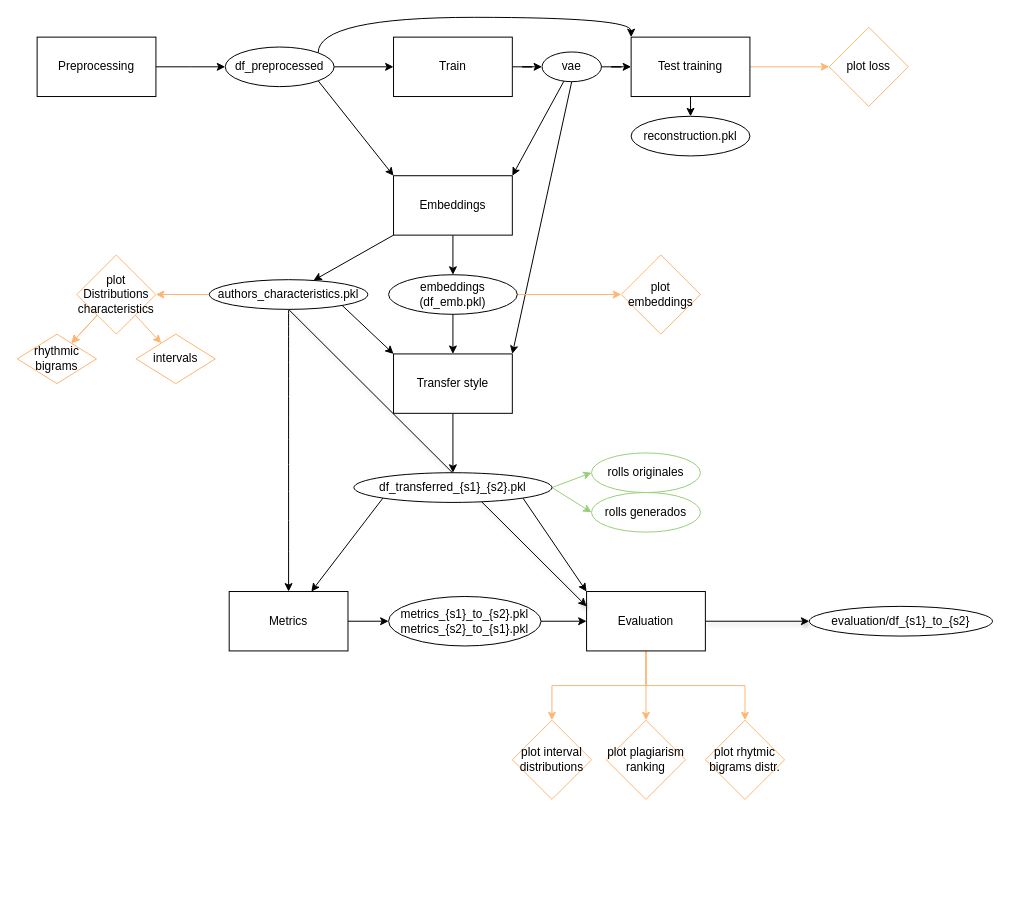
Earlier version of the draw.io diagram docs/diagrama_style_transfer.drawio (LucasSom/style-transfer). Source tidied: cells renumbered, new cells numbered last; positions are measured from the earlier drawing's top-left corner, leaving out a move shared by most shapes. Both pictures are drawn from the tidied source at 99%, with x=0, y=0 at pixel (17, 17).
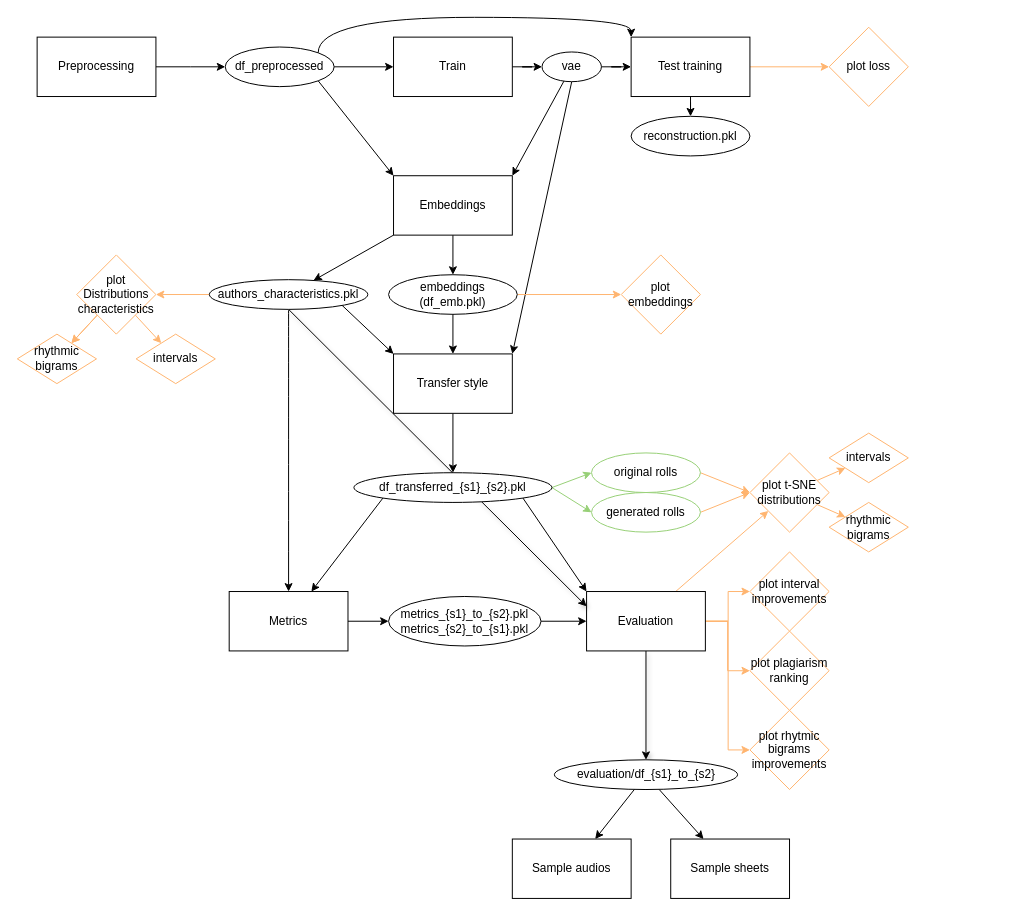
The same diagram, later.

Commit message (it also covers changes not shown here):
Task sample audios of successful rolls

The change refers to these unchanged cells:
```xml
<mxCell id="18" value="Evaluation" style="rounded=0;whiteSpace=wrap;html=1;" parent="1" vertex="1">
  <mxGeometry x="575" y="580" width="120" height="60" as="geometry" />
</mxCell>
```

Change to the diagram source:
```diff
@@
-    <mxCell id="15" style="edgeStyle=orthogonalEdgeStyle;rounded=0;jettySize=auto;html=1;strokeColor=#FFB570;" parent="1" edge="1" source="18" target="53">
+    <mxCell id="15" style="edgeStyle=elbowEdgeStyle;rounded=0;jettySize=auto;html=1;strokeColor=#FFB570;" parent="1" edge="1" source="18" target="53">
       <mxGeometry relative="1" as="geometry" />
     </mxCell>
-    <mxCell id="16" style="edgeStyle=orthogonalEdgeStyle;rounded=0;jettySize=auto;html=1;strokeColor=#FFB570;" parent="1" edge="1" source="18" target="54">
+    <mxCell id="16" style="edgeStyle=elbowEdgeStyle;rounded=0;jettySize=auto;html=1;strokeColor=#FFB570;" parent="1" edge="1" source="18" target="54">
       <mxGeometry relative="1" as="geometry" />
     </mxCell>
@@
+    <mxCell id="59" style="edgeStyle=none;rounded=0;jettySize=auto;html=1;exitX=0.75;exitY=0;exitDx=0;exitDy=0;strokeColor=#FFB570;" parent="1" edge="1" source="18" target="68">
+      <mxGeometry relative="1" as="geometry" />
+    </mxCell>
@@
+    <mxCell id="60" style="edgeStyle=none;rounded=0;jettySize=auto;html=1;exitX=1;exitY=0.5;exitDx=0;exitDy=0;strokeColor=#FFB570;" parent="1" edge="1" source="30">
+      <mxGeometry relative="1" as="geometry">
+        <mxPoint x="740" y="480" as="targetPoint" />
+      </mxGeometry>
+    </mxCell>
-    <mxCell id="30" value="rolls originales" style="ellipse;whiteSpace=wrap;html=1;strokeColor=#97D077;" parent="1" vertex="1">
+    <mxCell id="30" value="original rolls" style="ellipse;whiteSpace=wrap;html=1;strokeColor=#97D077;" parent="1" vertex="1">
       <mxGeometry x="580" y="440" width="110" height="40" as="geometry" />
     </mxCell>
+    <mxCell id="61" style="edgeStyle=none;rounded=0;jettySize=auto;html=1;exitX=1;exitY=0.5;exitDx=0;exitDy=0;entryX=0;entryY=0.5;entryDx=0;entryDy=0;strokeColor=#FFB570;" parent="1" edge="1" source="31" target="68">
+      <mxGeometry relative="1" as="geometry" />
+    </mxCell>
-    <mxCell id="31" value="rolls generados" style="ellipse;whiteSpace=wrap;html=1;strokeColor=#97D077;" parent="1" vertex="1">
+    <mxCell id="31" value="generated rolls" style="ellipse;whiteSpace=wrap;html=1;strokeColor=#97D077;" parent="1" vertex="1">
       <mxGeometry x="580" y="480" width="110" height="40" as="geometry" />
     </mxCell>
@@
+    <mxCell id="62" style="rounded=0;jettySize=auto;html=1;" parent="1" edge="1" source="47" target="64">
+      <mxGeometry relative="1" as="geometry" />
+    </mxCell>
+    <mxCell id="63" style="edgeStyle=none;rounded=0;jettySize=auto;html=1;" parent="1" edge="1" source="47" target="65">
+      <mxGeometry relative="1" as="geometry" />
+    </mxCell>
     <mxCell id="47" value="evaluation/df_{s1}_to_{s2}" style="ellipse;whiteSpace=wrap;html=1;rounded=0;" parent="1" vertex="1">
-      <mxGeometry x="800" y="595" width="185" height="30" as="geometry" />
+      <mxGeometry x="542.5" y="750" width="185" height="30" as="geometry" />
     </mxCell>
@@
-    <mxCell id="53" value="plot interval distributions" style="rhombus;whiteSpace=wrap;html=1;rounded=0;strokeColor=#FFB570;" parent="1" vertex="1">
-      <mxGeometry x="500" y="710" width="80" height="80" as="geometry" />
+    <mxCell id="53" value="plot interval improvements" style="rhombus;whiteSpace=wrap;html=1;rounded=0;strokeColor=#FFB570;" parent="1" vertex="1">
+      <mxGeometry x="740" y="540" width="80" height="80" as="geometry" />
     </mxCell>
-    <mxCell id="54" value="plot rhytmic bigrams distr." style="rhombus;whiteSpace=wrap;html=1;rounded=0;strokeColor=#FFB570;" parent="1" vertex="1">
-      <mxGeometry x="695" y="710" width="80" height="80" as="geometry" />
+    <mxCell id="54" value="plot rhytmic bigrams improvements" style="rhombus;whiteSpace=wrap;html=1;rounded=0;strokeColor=#FFB570;" parent="1" vertex="1">
+      <mxGeometry x="740" y="700" width="80" height="80" as="geometry" />
     </mxCell>
     <mxCell id="55" value="plot plagiarism ranking" style="rhombus;whiteSpace=wrap;html=1;rounded=0;strokeColor=#FFB570;" parent="1" vertex="1">
-      <mxGeometry x="595" y="710" width="80" height="80" as="geometry" />
+      <mxGeometry x="740" y="620" width="80" height="80" as="geometry" />
     </mxCell>
@@
+    <mxCell id="64" value="Sample audios" style="whiteSpace=wrap;html=1;rounded=0;" parent="1" vertex="1">
+      <mxGeometry x="500" y="830" width="120" height="60" as="geometry" />
+    </mxCell>
+    <mxCell id="65" value="Sample sheets" style="whiteSpace=wrap;html=1;rounded=0;" parent="1" vertex="1">
+      <mxGeometry x="660" y="830" width="120" height="60" as="geometry" />
+    </mxCell>
+    <mxCell id="66" style="edgeStyle=none;rounded=0;jettySize=auto;html=1;strokeColor=#FFB570;" parent="1" edge="1" source="68" target="69">
+      <mxGeometry relative="1" as="geometry" />
+    </mxCell>
+    <mxCell id="67" style="edgeStyle=none;rounded=0;jettySize=auto;html=1;strokeColor=#FFB570;" parent="1" edge="1" source="68" target="70">
+      <mxGeometry relative="1" as="geometry" />
+    </mxCell>
+    <mxCell id="68" value="plot t-SNE distributions" style="rhombus;whiteSpace=wrap;html=1;strokeColor=#FFB570;" parent="1" vertex="1">
+      <mxGeometry x="740" y="440" width="80" height="80" as="geometry" />
+    </mxCell>
+    <mxCell id="69" value="intervals" style="rhombus;whiteSpace=wrap;html=1;rounded=0;strokeColor=#FFB570;" parent="1" vertex="1">
+      <mxGeometry x="820" y="420" width="80" height="50" as="geometry" />
+    </mxCell>
+    <mxCell id="70" value="rhythmic bigrams" style="rhombus;whiteSpace=wrap;html=1;rounded=0;strokeColor=#FFB570;" parent="1" vertex="1">
+      <mxGeometry x="820" y="490" width="80" height="50" as="geometry" />
+    </mxCell>
```
